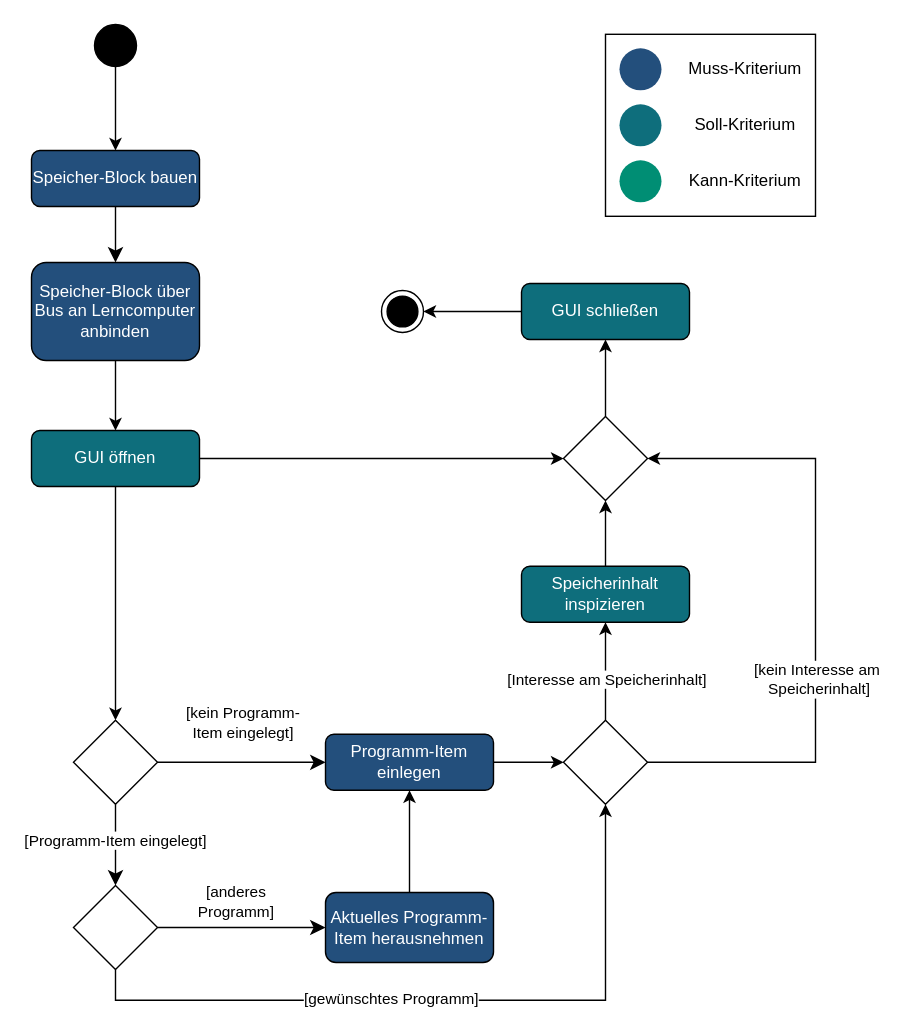
Above: AktivitätsdiagrammSpeicherblock.drawio in LundiNord/RISCJ-Diagramms (draw.io), before the change. Source tidied: cells renumbered, new cells numbered last; positions are measured from the earlier drawing's top-left corner, leaving out a move shared by most shapes. Both pictures are drawn from the tidied source at 140%, with x=0, y=0 at pixel (31, 24).
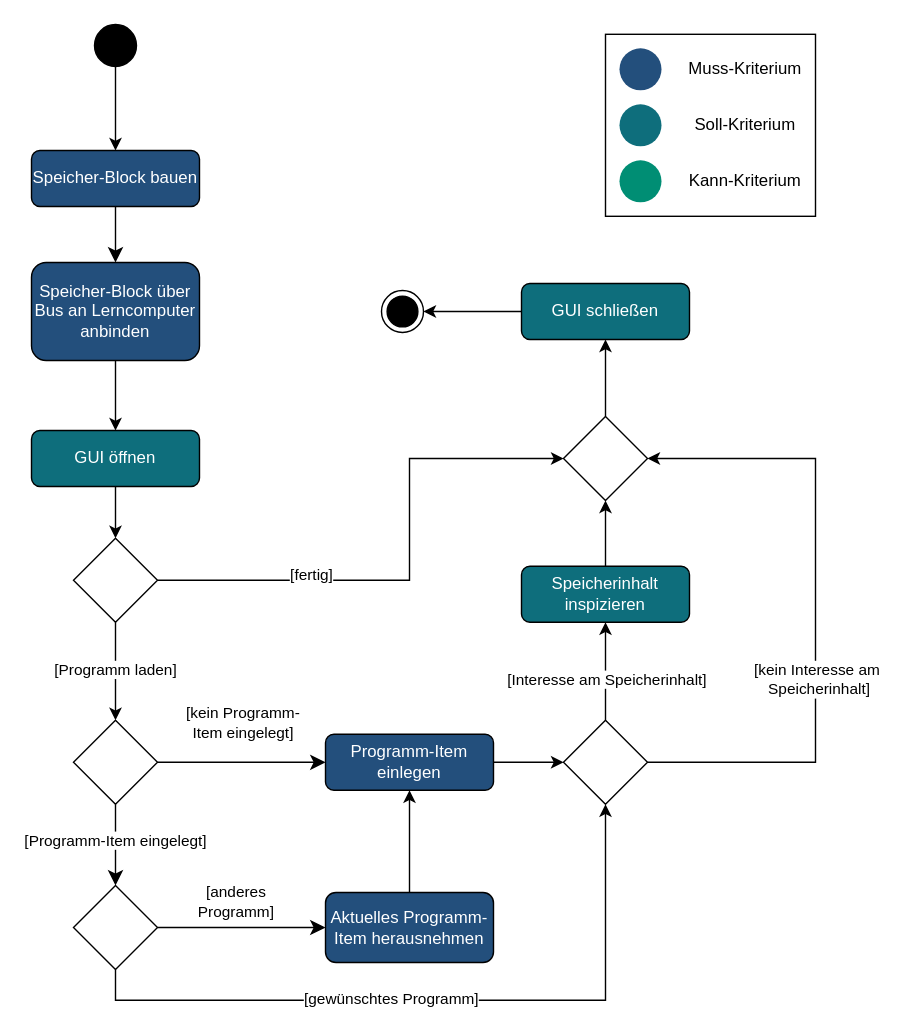
Above is the later version.

Commit message:
AktivitätsdiagrammSpeicherblock.drawio Verzweigung vergessen gehabt

Unchanged cells that the change refers to:
```xml
<mxCell id="6" style="rhombus;whiteSpace=wrap;html=1;shadow=0;fontFamily=Helvetica;fontSize=12;align=center;strokeWidth=1;spacing=6;spacingTop=-4;" parent="1" vertex="1">
  <mxGeometry x="30" y="497" width="60" height="60" as="geometry" />
</mxCell>
<mxCell id="21" value="GUI öffnen" style="rounded=1;whiteSpace=wrap;html=1;fontSize=12;glass=0;strokeWidth=1;shadow=0;fillColor=#0E6E7C;fontColor=#ffffff;" parent="1" vertex="1">
  <mxGeometry y="290" width="120" height="40" as="geometry" />
</mxCell>
<mxCell id="31" style="rhombus;whiteSpace=wrap;html=1;shadow=0;fontFamily=Helvetica;fontSize=12;align=center;strokeWidth=1;spacing=6;spacingTop=-4;" parent="1" vertex="1">
  <mxGeometry x="380" y="280" width="60" height="60" as="geometry" />
</mxCell>
```

Change to the diagram source:
```diff
@@
-    <mxCell id="19" style="edgeStyle=orthogonalEdgeStyle;rounded=0;jettySize=auto;html=1;" parent="1" edge="1" source="21" target="6">
+    <mxCell id="19" style="edgeStyle=orthogonalEdgeStyle;rounded=0;jettySize=auto;html=1;" parent="1" edge="1" source="45" target="6">
       <mxGeometry relative="1" as="geometry" />
     </mxCell>
+    <mxCell id="42" value="[Programm laden]" style="edgeLabel;html=1;align=center;verticalAlign=middle;" parent="19" vertex="1">
+      <mxGeometry x="-0.05" y="-1" relative="1" as="geometry" />
+    </mxCell>
-    <mxCell id="20" style="edgeStyle=orthogonalEdgeStyle;rounded=0;jettySize=auto;html=1;" parent="1" edge="1" source="21" target="31">
-      <mxGeometry relative="1" as="geometry" />
+    <mxCell id="20" style="edgeStyle=orthogonalEdgeStyle;rounded=0;jettySize=auto;html=1;" parent="1" edge="1" source="45" target="31">
+      <mxGeometry relative="1" as="geometry">
+        <Array as="points">
+          <mxPoint x="270" y="397" />
+          <mxPoint x="270" y="310" />
+        </Array>
+      </mxGeometry>
     </mxCell>
+    <mxCell id="43" value="[fertig]" style="edgeLabel;html=1;align=center;verticalAlign=middle;" parent="20" vertex="1">
+      <mxGeometry x="-0.42" y="5" relative="1" as="geometry" />
+    </mxCell>
@@
+    <mxCell id="44" style="edgeStyle=orthogonalEdgeStyle;rounded=0;jettySize=auto;html=1;" parent="1" edge="1" source="21" target="45">
+      <mxGeometry relative="1" as="geometry" />
+    </mxCell>
+    <mxCell id="45" style="rhombus;whiteSpace=wrap;html=1;shadow=0;fontFamily=Helvetica;fontSize=12;align=center;strokeWidth=1;spacing=6;spacingTop=-4;" parent="1" vertex="1">
+      <mxGeometry x="30" y="367" width="60" height="60" as="geometry" />
+    </mxCell>
```
